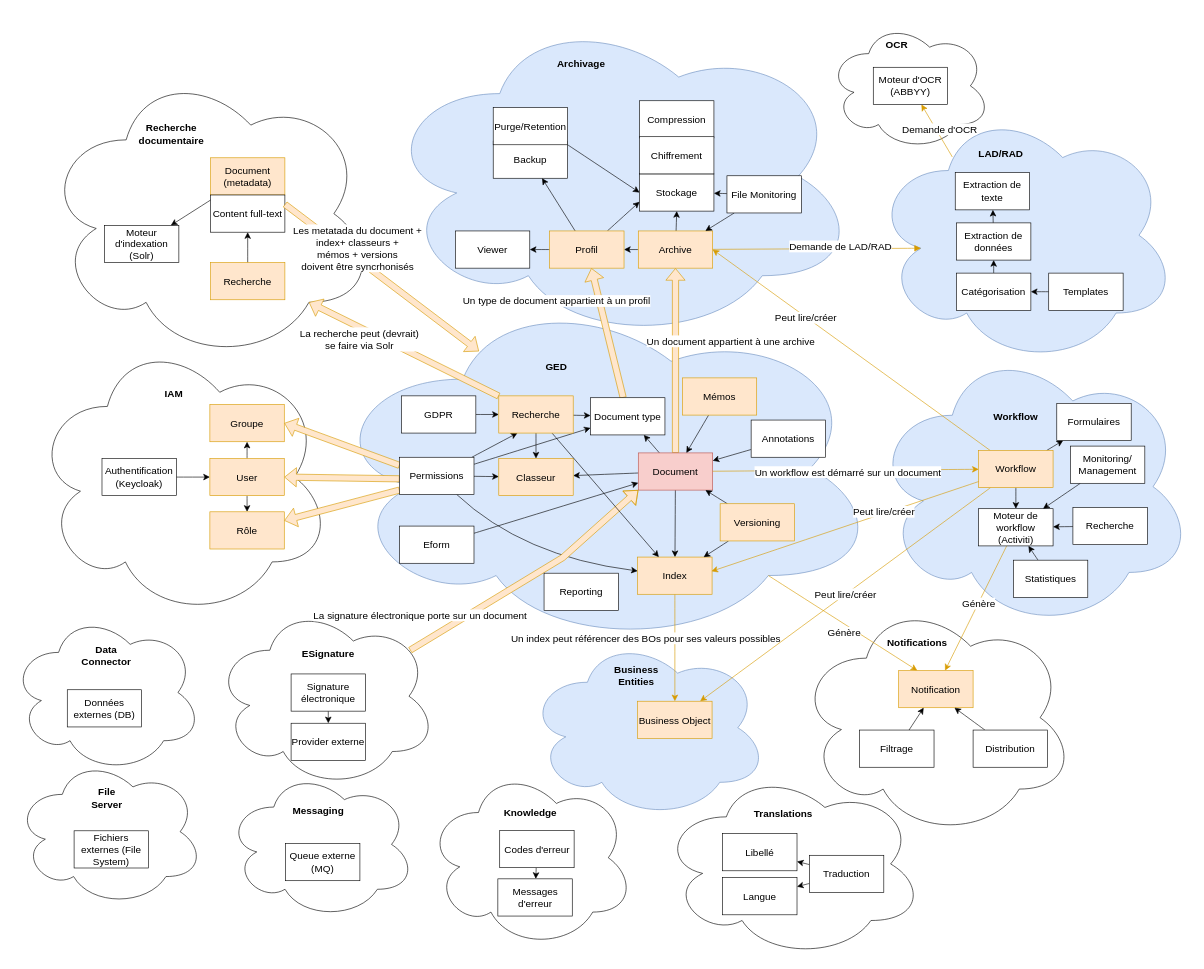
This is bounded contexts.drawio from omasseau/drawio, a draw.io file, before an edit. Source tidied: cells renumbered, new cells numbered last; positions are measured from the earlier drawing's top-left corner, leaving out a move shared by most shapes. Both pictures are drawn from the tidied source at 62%, with x=0, y=0 at pixel (11, 11).
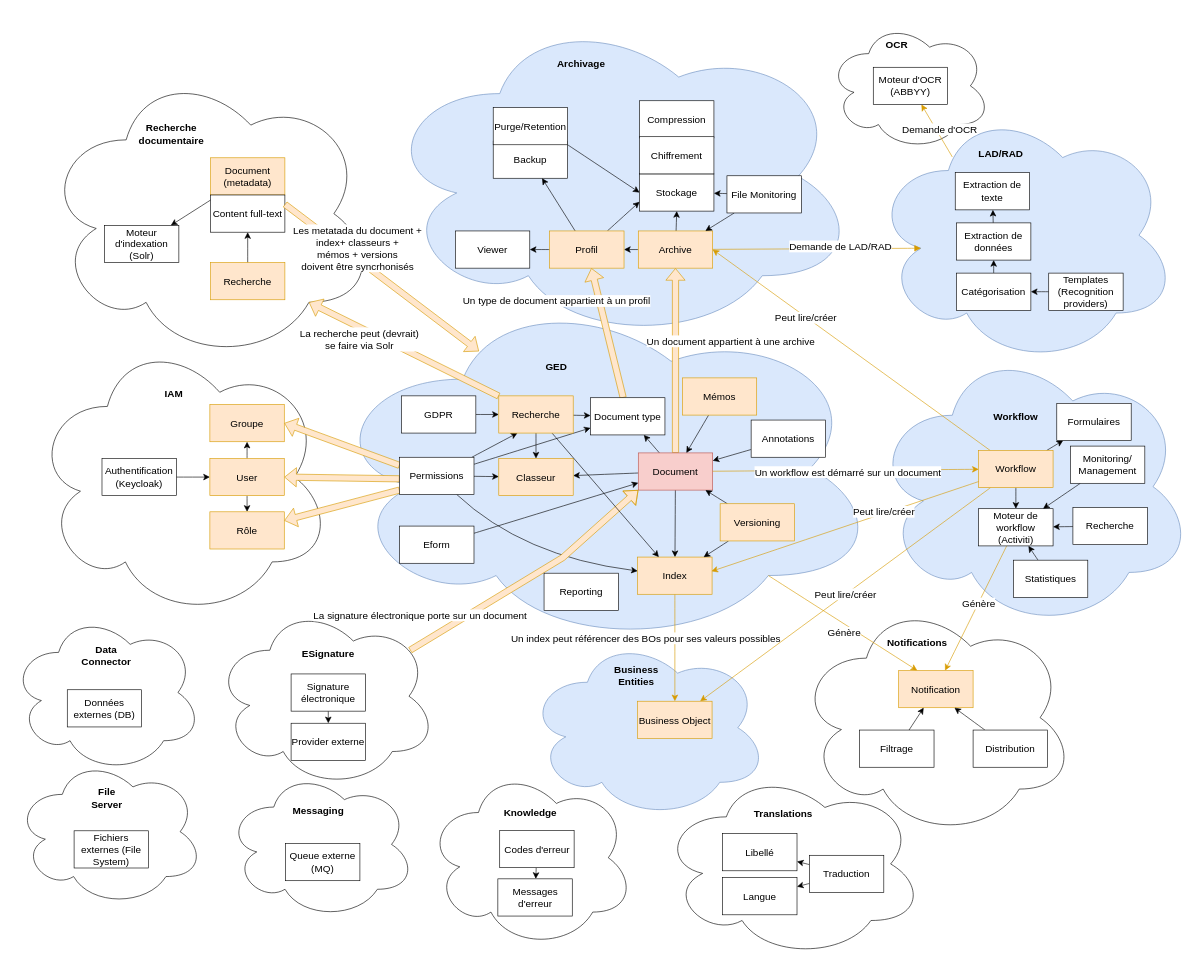
Above is the later version.

Commit message:
Mettre à jour bounded contexts.drawio

The edit, as a diff of the source:
```diff
@@
-    <mxCell id="138" value="Templates" style="rounded=0;whiteSpace=wrap;html=1;fontSize=16;" parent="1" vertex="1">
+    <mxCell id="138" value="Templates&lt;br&gt;(Recognition providers)" style="rounded=0;whiteSpace=wrap;html=1;fontSize=16;" parent="1" vertex="1">
       <mxGeometry x="1674" y="423" width="120" height="60" as="geometry" />
     </mxCell>
```
